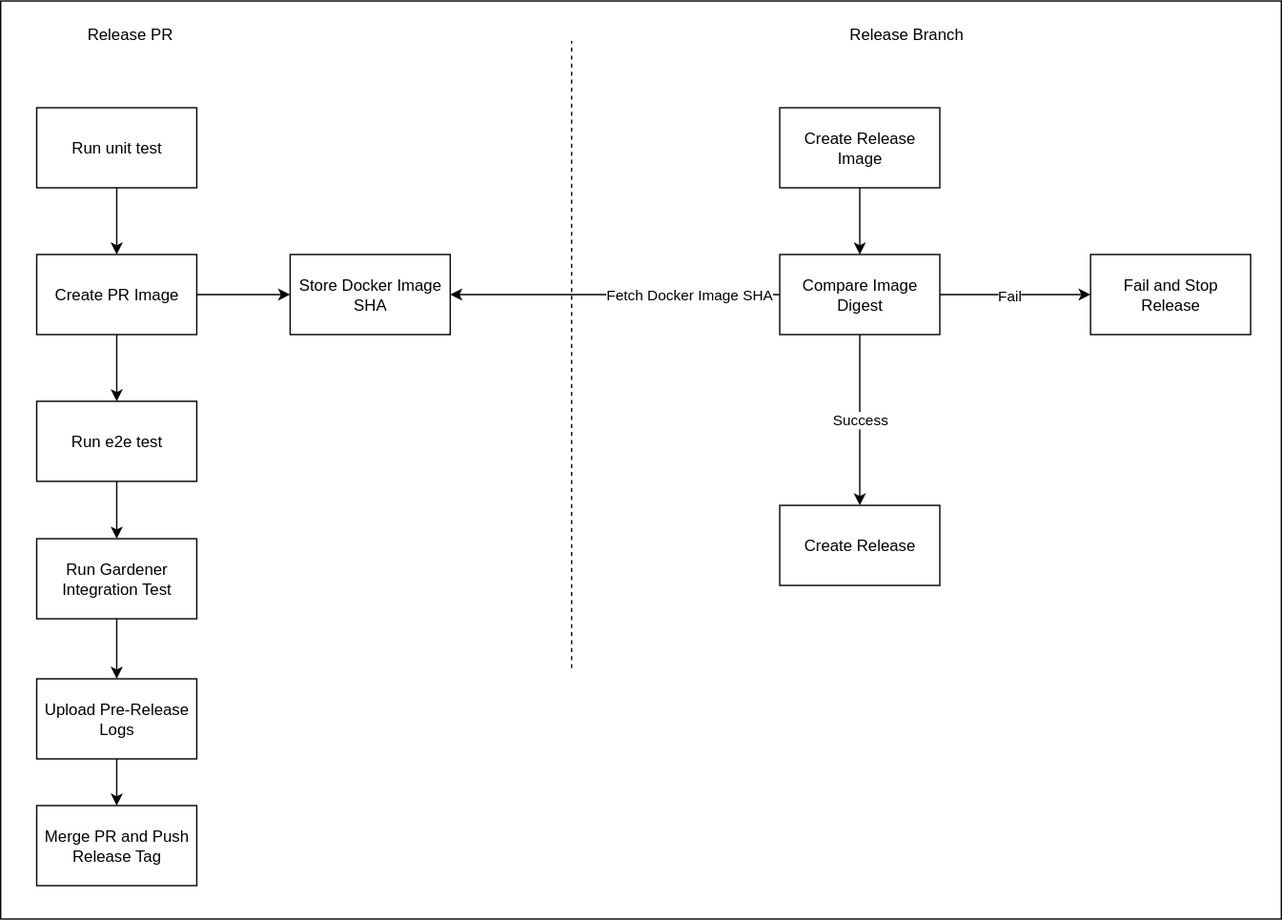
The draw.io diagram docs/contributor/assets/auditable-release.drawio.svg in kyma-project/telemetry-manager, before a commit. Source tidied: cells renumbered, new cells last; positions are measured from the earlier drawing's top-left corner, leaving out a move shared by most shapes.
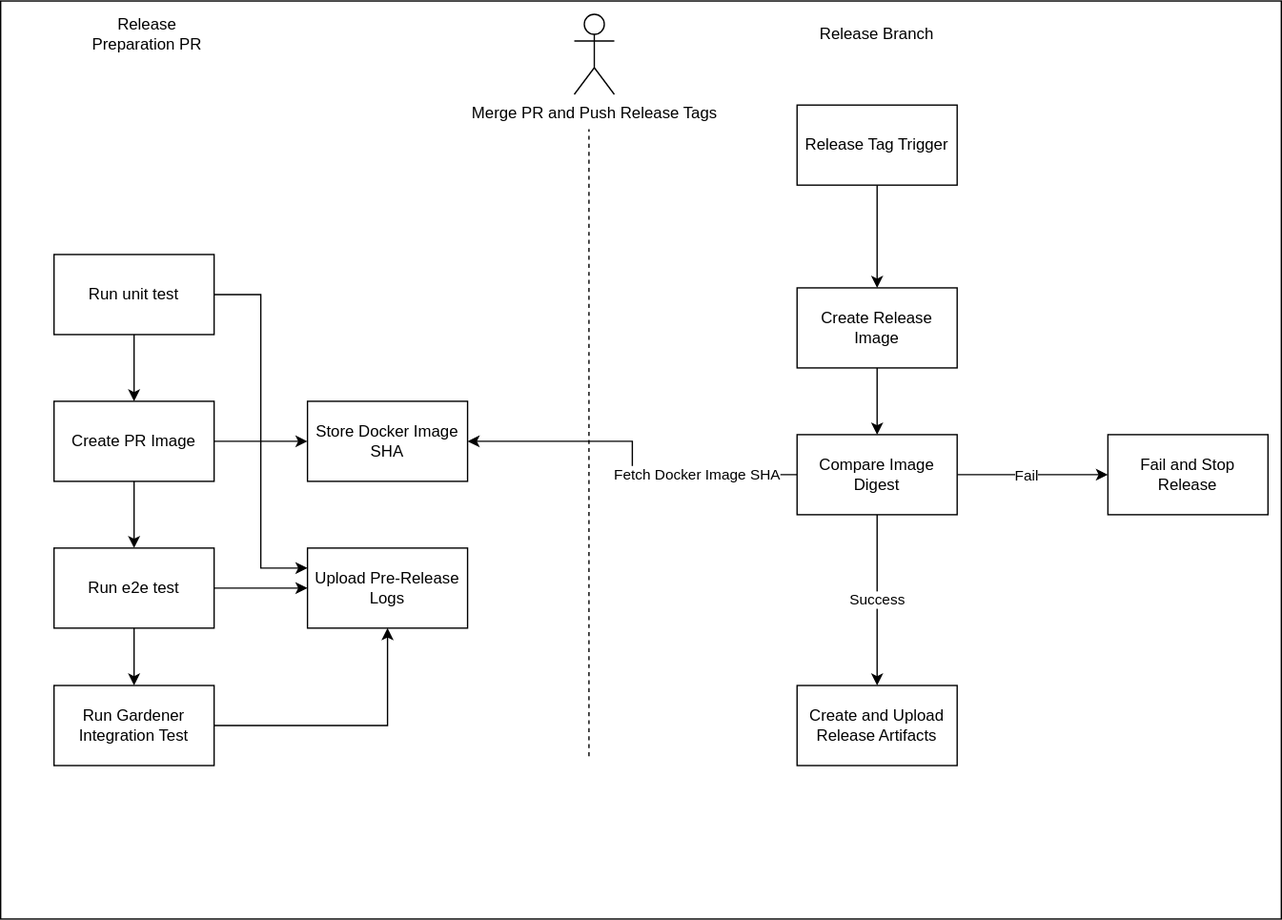
After the commit.

The edit, as a diff of the source:
```diff
@@ -3,7 +3,7 @@
     <mxCell id="0" />
     <mxCell id="1" parent="0" />
     <mxCell id="2" style="rounded=0;whiteSpace=wrap;html=1;labelBackgroundColor=none;fillStyle=hatch;" parent="1" vertex="1">
-      <mxGeometry width="960" height="688" as="geometry" />
+      <mxGeometry x="-13" width="960" height="688" as="geometry" />
     </mxCell>
     <mxCell id="3" style="edgeStyle=orthogonalEdgeStyle;rounded=0;jettySize=auto;html=1;exitX=0.5;exitY=1;exitDx=0;exitDy=0;entryX=0.5;entryY=0;entryDx=0;entryDy=0;" parent="1" edge="1" source="5" target="7">
       <mxGeometry relative="1" as="geometry" />
@@ -12,25 +12,31 @@
       <mxGeometry relative="1" as="geometry" />
     </mxCell>
     <mxCell id="5" value="Create PR Image" style="rounded=0;whiteSpace=wrap;html=1;" parent="1" vertex="1">
-      <mxGeometry x="27" y="190" width="120" height="60" as="geometry" />
+      <mxGeometry x="27" y="300" width="120" height="60" as="geometry" />
     </mxCell>
     <mxCell id="6" style="edgeStyle=orthogonalEdgeStyle;rounded=0;jettySize=auto;html=1;exitX=0.5;exitY=1;exitDx=0;exitDy=0;" parent="1" edge="1" source="7" target="28">
       <mxGeometry relative="1" as="geometry" />
     </mxCell>
+    <mxCell id="29" style="edgeStyle=orthogonalEdgeStyle;rounded=0;jettySize=auto;html=1;exitX=1;exitY=0.5;exitDx=0;exitDy=0;entryX=0;entryY=0.5;entryDx=0;entryDy=0;" parent="1" edge="1" source="7" target="20">
+      <mxGeometry relative="1" as="geometry" />
+    </mxCell>
     <mxCell id="7" value="Run e2e test" style="rounded=0;whiteSpace=wrap;html=1;" parent="1" vertex="1">
-      <mxGeometry x="27" y="300" width="120" height="60" as="geometry" />
+      <mxGeometry x="27" y="410" width="120" height="60" as="geometry" />
     </mxCell>
     <mxCell id="8" style="edgeStyle=orthogonalEdgeStyle;rounded=0;jettySize=auto;html=1;exitX=0.5;exitY=1;exitDx=0;exitDy=0;entryX=0.5;entryY=0;entryDx=0;entryDy=0;" parent="1" edge="1" source="9" target="5">
       <mxGeometry relative="1" as="geometry" />
     </mxCell>
+    <mxCell id="30" style="edgeStyle=orthogonalEdgeStyle;rounded=0;jettySize=auto;html=1;exitX=1;exitY=0.5;exitDx=0;exitDy=0;entryX=0;entryY=0.25;entryDx=0;entryDy=0;" parent="1" edge="1" source="9" target="20">
+      <mxGeometry relative="1" as="geometry" />
+    </mxCell>
     <mxCell id="9" value="Run unit test" style="rounded=0;whiteSpace=wrap;html=1;" parent="1" vertex="1">
-      <mxGeometry x="27" y="80" width="120" height="60" as="geometry" />
+      <mxGeometry x="27" y="190" width="120" height="60" as="geometry" />
     </mxCell>
     <mxCell id="10" style="edgeStyle=orthogonalEdgeStyle;rounded=0;jettySize=auto;html=1;exitX=0.5;exitY=1;exitDx=0;exitDy=0;" parent="1" edge="1" source="11" target="17">
       <mxGeometry relative="1" as="geometry" />
     </mxCell>
     <mxCell id="11" value="Create Release Image" style="rounded=0;whiteSpace=wrap;html=1;" parent="1" vertex="1">
-      <mxGeometry x="584" y="80" width="120" height="60" as="geometry" />
+      <mxGeometry x="584" y="215" width="120" height="60" as="geometry" />
     </mxCell>
     <mxCell id="12" value="Success" style="edgeStyle=orthogonalEdgeStyle;rounded=0;jettySize=auto;html=1;exitX=0.5;exitY=1;exitDx=0;exitDy=0;entryX=0.5;entryY=0;entryDx=0;entryDy=0;" parent="1" edge="1" source="17" target="18">
       <mxGeometry relative="1" as="geometry" />
@@ -48,43 +54,46 @@
       <mxGeometry x="-0.44" y="-1" relative="1" as="geometry" />
     </mxCell>
     <mxCell id="17" value="Compare Image Digest" style="rounded=0;whiteSpace=wrap;html=1;" parent="1" vertex="1">
-      <mxGeometry x="584" y="190" width="120" height="60" as="geometry" />
+      <mxGeometry x="584" y="325" width="120" height="60" as="geometry" />
     </mxCell>
-    <mxCell id="18" value="Create Release" style="rounded=0;whiteSpace=wrap;html=1;" parent="1" vertex="1">
-      <mxGeometry x="584" y="378" width="120" height="60" as="geometry" />
+    <mxCell id="18" value="Create and Upload Release Artifacts" style="rounded=0;whiteSpace=wrap;html=1;" parent="1" vertex="1">
+      <mxGeometry x="584" y="513" width="120" height="60" as="geometry" />
     </mxCell>
-    <mxCell id="19" style="edgeStyle=orthogonalEdgeStyle;rounded=0;jettySize=auto;html=1;exitX=0.5;exitY=1;exitDx=0;exitDy=0;entryX=0.5;entryY=0;entryDx=0;entryDy=0;" parent="1" edge="1" source="20" target="24">
-      <mxGeometry relative="1" as="geometry" />
-    </mxCell>
     <mxCell id="20" value="Upload Pre-Release Logs" style="rounded=0;whiteSpace=wrap;html=1;" parent="1" vertex="1">
-      <mxGeometry x="27" y="508" width="120" height="60" as="geometry" />
+      <mxGeometry x="217" y="410" width="120" height="60" as="geometry" />
     </mxCell>
     <mxCell id="21" style="endArrow=none;dashed=1;html=1;rounded=0;" parent="1" edge="1">
       <mxGeometry relative="1" as="geometry">
-        <mxPoint x="428" y="500" as="sourcePoint" />
-        <mxPoint x="428" y="30" as="targetPoint" />
+        <mxPoint x="428" y="566" as="sourcePoint" />
+        <mxPoint x="428" y="96" as="targetPoint" />
       </mxGeometry>
     </mxCell>
-    <mxCell id="22" value="Release PR" style="text;html=1;align=center;verticalAlign=middle;whiteSpace=wrap;rounded=0;" parent="1" vertex="1">
+    <mxCell id="22" value="Release Preparation PR" style="text;html=1;align=center;verticalAlign=middle;whiteSpace=wrap;rounded=0;" parent="1" vertex="1">
       <mxGeometry x="47" y="10" width="100" height="30" as="geometry" />
     </mxCell>
     <mxCell id="23" value="Release Branch" style="text;html=1;align=center;verticalAlign=middle;whiteSpace=wrap;rounded=0;" parent="1" vertex="1">
-      <mxGeometry x="629" y="10" width="100" height="30" as="geometry" />
+      <mxGeometry x="594" y="10" width="100" height="30" as="geometry" />
     </mxCell>
-    <mxCell id="24" value="Merge PR and Push Release Tag" style="rounded=0;whiteSpace=wrap;html=1;" parent="1" vertex="1">
-      <mxGeometry x="27" y="603" width="120" height="60" as="geometry" />
-    </mxCell>
     <mxCell id="25" value="Store Docker Image SHA" style="rounded=0;whiteSpace=wrap;html=1;" parent="1" vertex="1">
-      <mxGeometry x="217" y="190" width="120" height="60" as="geometry" />
+      <mxGeometry x="217" y="300" width="120" height="60" as="geometry" />
     </mxCell>
     <mxCell id="26" value="Fail and Stop Release" style="rounded=0;whiteSpace=wrap;html=1;" parent="1" vertex="1">
-      <mxGeometry x="817" y="190" width="120" height="60" as="geometry" />
+      <mxGeometry x="817" y="325" width="120" height="60" as="geometry" />
     </mxCell>
-    <mxCell id="27" style="edgeStyle=orthogonalEdgeStyle;rounded=0;jettySize=auto;html=1;exitX=0.5;exitY=1;exitDx=0;exitDy=0;entryX=0.5;entryY=0;entryDx=0;entryDy=0;" parent="1" edge="1" source="28" target="20">
+    <mxCell id="27" style="edgeStyle=orthogonalEdgeStyle;rounded=0;jettySize=auto;html=1;exitX=1;exitY=0.5;exitDx=0;exitDy=0;entryX=0.5;entryY=1;entryDx=0;entryDy=0;" parent="1" edge="1" source="28" target="20">
       <mxGeometry relative="1" as="geometry" />
     </mxCell>
     <mxCell id="28" value="Run Gardener Integration Test" style="rounded=0;whiteSpace=wrap;html=1;" parent="1" vertex="1">
-      <mxGeometry x="27" y="403" width="120" height="60" as="geometry" />
+      <mxGeometry x="27" y="513" width="120" height="60" as="geometry" />
     </mxCell>
+    <mxCell id="31" style="edgeStyle=orthogonalEdgeStyle;rounded=0;jettySize=auto;html=1;exitX=0.5;exitY=1;exitDx=0;exitDy=0;entryX=0.5;entryY=0;entryDx=0;entryDy=0;" parent="1" edge="1" source="32" target="11">
+      <mxGeometry relative="1" as="geometry" />
+    </mxCell>
+    <mxCell id="32" value="Release Tag Trigger" style="rounded=0;whiteSpace=wrap;html=1;" parent="1" vertex="1">
+      <mxGeometry x="584" y="78" width="120" height="60" as="geometry" />
+    </mxCell>
+    <mxCell id="33" value="Merge PR and Push Release Tags" style="shape=umlActor;verticalLabelPosition=bottom;verticalAlign=top;html=1;" parent="1" vertex="1">
+      <mxGeometry x="417" y="10" width="30" height="60" as="geometry" />
+    </mxCell>
   </root>
 </mxGraphModel>
```
